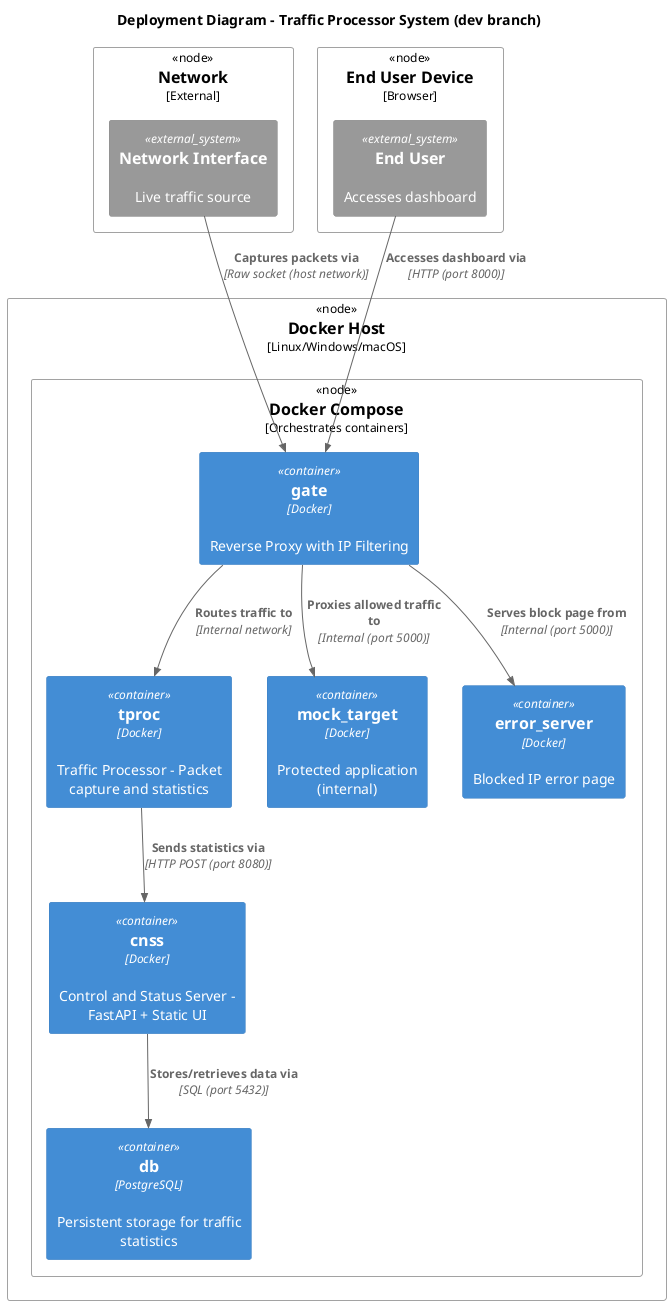
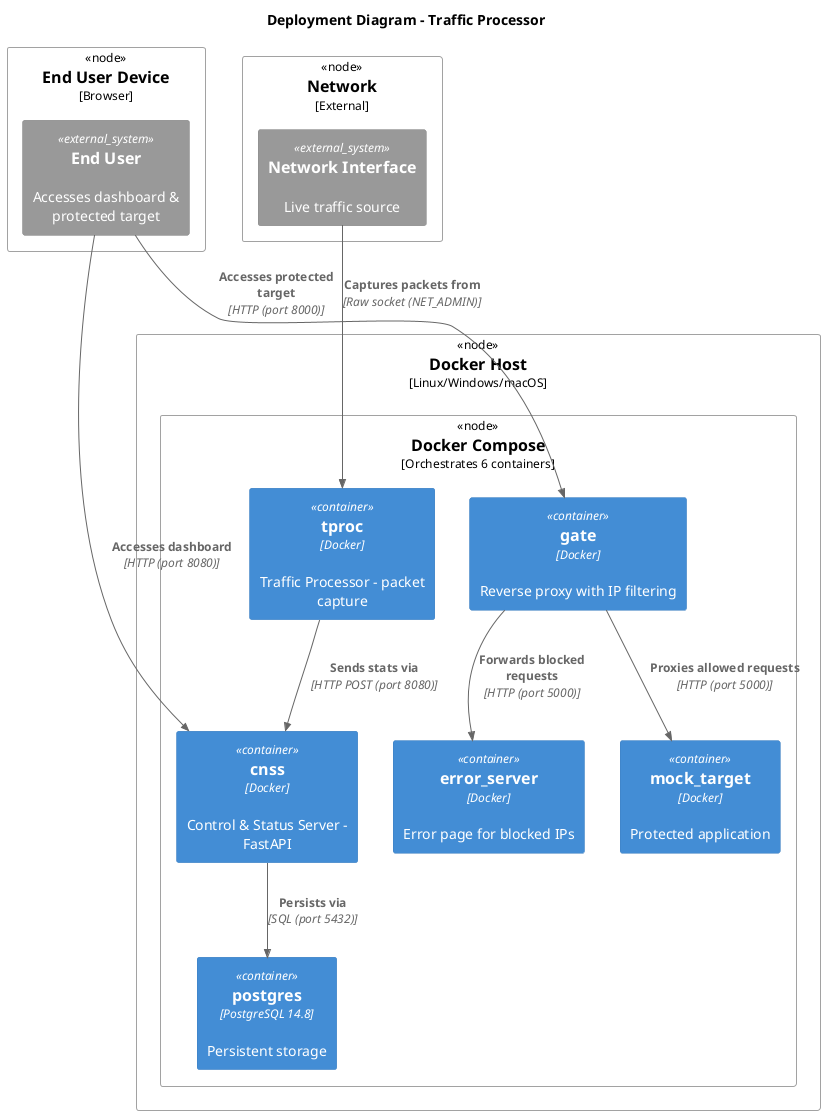
@startuml
!include <C4/C4_Deployment>

- title Deployment Diagram - Traffic Processor System (dev branch)
+ title Deployment Diagram – Traffic Processor

Deployment_Node(docker_host, "Docker Host", "Linux/Windows/macOS") {
-     Deployment_Node(compose, "Docker Compose", "Orchestrates containers") {
-         Container(gate, "gate", "Docker", "Reverse Proxy with IP Filtering")
-         Container(tproc, "tproc", "Docker", "Traffic Processor - Packet capture and statistics")
-         Container(mock_target, "mock_target", "Docker", "Protected application (internal)")
-         Container(error_server, "error_server", "Docker", "Blocked IP error page")
-         Container(cnss, "cnss", "Docker", "Control and Status Server - FastAPI + Static UI")
-         Container(db, "db", "PostgreSQL", "Persistent storage for traffic statistics")
+     Deployment_Node(compose, "Docker Compose", "Orchestrates 6 containers") {
+         Container(tproc, "tproc", "Docker", "Traffic Processor – packet capture")
+         Container(gate, "gate", "Docker", "Reverse proxy with IP filtering")
+         Container(mock_target, "mock_target", "Docker", "Protected application")
+         Container(error_server, "error_server", "Docker", "Error page for blocked IPs")
+         Container(cnss, "cnss", "Docker", "Control & Status Server – FastAPI")
+         Container(db, "postgres", "PostgreSQL 14.8", "Persistent storage")
    }
}

Deployment_Node(network, "Network", "External") {
    System_Ext(net_iface, "Network Interface", "Live traffic source")
}

Deployment_Node(user_node, "End User Device", "Browser") {
-     System_Ext(end_user, "End User", "Accesses dashboard")
+     System_Ext(end_user, "End User", "Accesses dashboard & protected target")
}

- Rel(net_iface, gate, "Captures packets via", "Raw socket (host network)")
- Rel(gate, tproc, "Routes traffic to", "Internal network")
- Rel(tproc, cnss, "Sends statistics via", "HTTP POST (port 8080)")
- Rel(cnss, db, "Stores/retrieves data via", "SQL (port 5432)")
- Rel(end_user, gate, "Accesses dashboard via", "HTTP (port 8000)")
- Rel(gate, mock_target, "Proxies allowed traffic to", "Internal (port 5000)")
- Rel(gate, error_server, "Serves block page from", "Internal (port 5000)")
+ ' Network connections
+ Rel(net_iface, tproc, "Captures packets from", "Raw socket (NET_ADMIN)")
+ Rel(tproc, cnss, "Sends stats via", "HTTP POST (port 8080)")
+ Rel(cnss, db, "Persists via", "SQL (port 5432)")
+ 
+ ' User-facing connections
+ Rel(end_user, gate, "Accesses protected target", "HTTP (port 8000)")
+ Rel(end_user, cnss, "Accesses dashboard", "HTTP (port 8080)")
+ 
+ ' Internal connections
+ Rel(gate, mock_target, "Proxies allowed requests", "HTTP (port 5000)")
+ Rel(gate, error_server, "Forwards blocked requests", "HTTP (port 5000)")

@enduml
